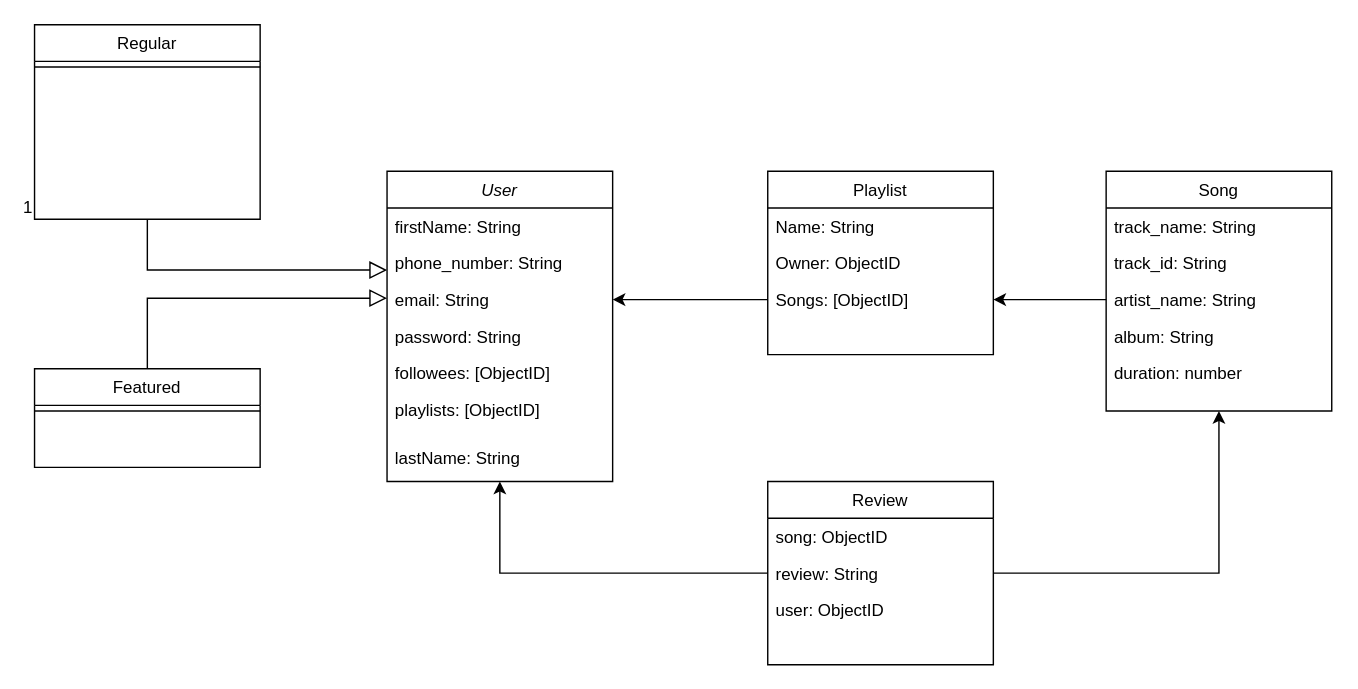
This is design.drawio from phamlo123/music-app-node, a draw.io file, before an edit. Source tidied: cells renumbered, new cells numbered last; positions are measured from the earlier drawing's top-left corner, leaving out a move shared by most shapes. Both pictures are drawn from the tidied source at 141%, with x=0, y=0 at pixel (34, 24).
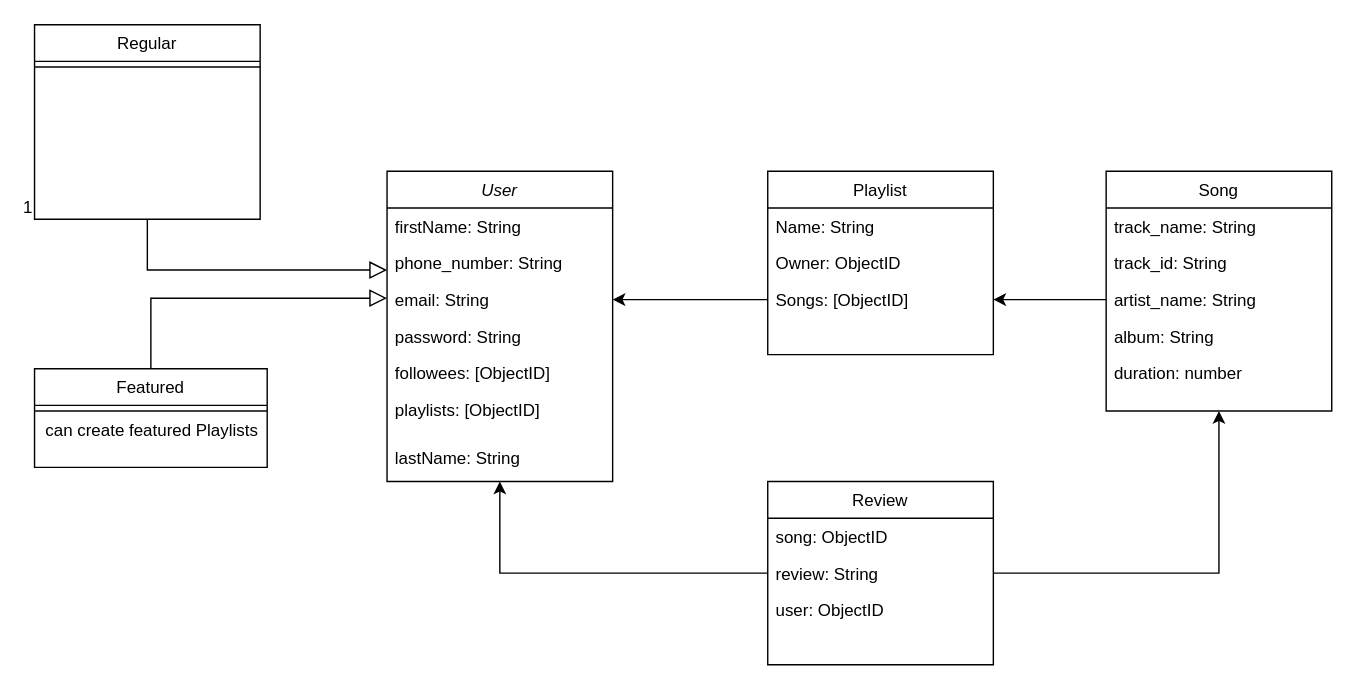
Above is the later version.

Change to the diagram source:
```diff
@@
     <mxCell id="13" value="Featured" style="swimlane;fontStyle=0;align=center;verticalAlign=top;horizontal=1;startSize=26;rounded=0;shadow=0;strokeWidth=1;" parent="1" vertex="1">
-      <mxGeometry y="244" width="160" height="70" as="geometry" />
+      <mxGeometry y="244" width="165" height="70" as="geometry" />
     </mxCell>
     <mxCell id="14" style="line;html=1;strokeWidth=1;align=left;verticalAlign=middle;spacingTop=-1;spacingLeft=3;spacingRight=3;labelPosition=right;" parent="13" vertex="1">
-      <mxGeometry y="26" width="160" height="8" as="geometry" />
+      <mxGeometry y="26" width="165" height="8" as="geometry" />
     </mxCell>
+    <mxCell id="35" value="can create featured Playlists" style="text;html=1;align=center;verticalAlign=middle;strokeColor=none;fillColor=none;" parent="13" vertex="1">
+      <mxGeometry y="34" width="165" height="20" as="geometry" />
+    </mxCell>
```
